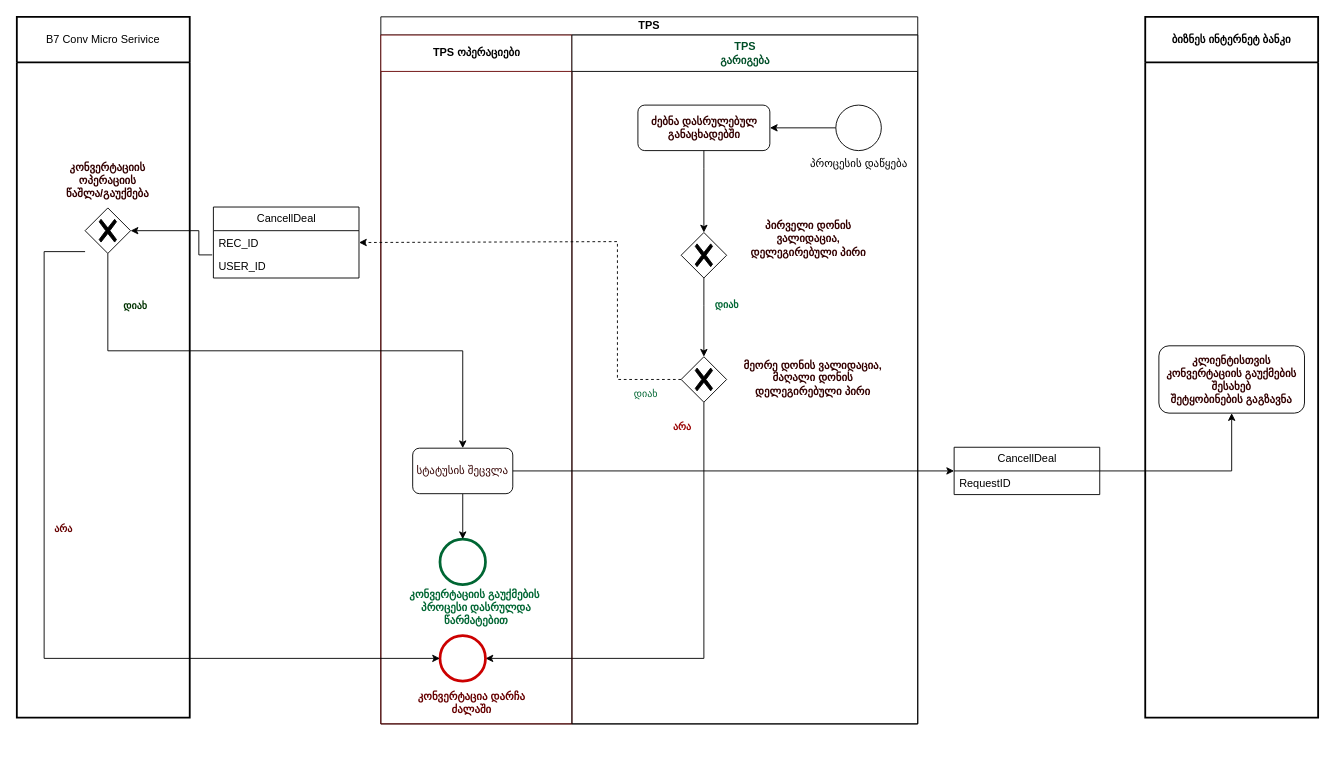
This is page "შეთანხმების გაუქმება B7" (4 of 4) of RateDealProcessDiagramB7.drawio from vaso514d/drawio, a draw.io file, before an edit. Source tidied: cells renumbered, new cells numbered last; positions are measured from the earlier drawing's top-left corner, leaving out a move shared by most shapes. Both pictures are drawn from the tidied source at 91%, with x=0, y=0 at pixel (16, 16).
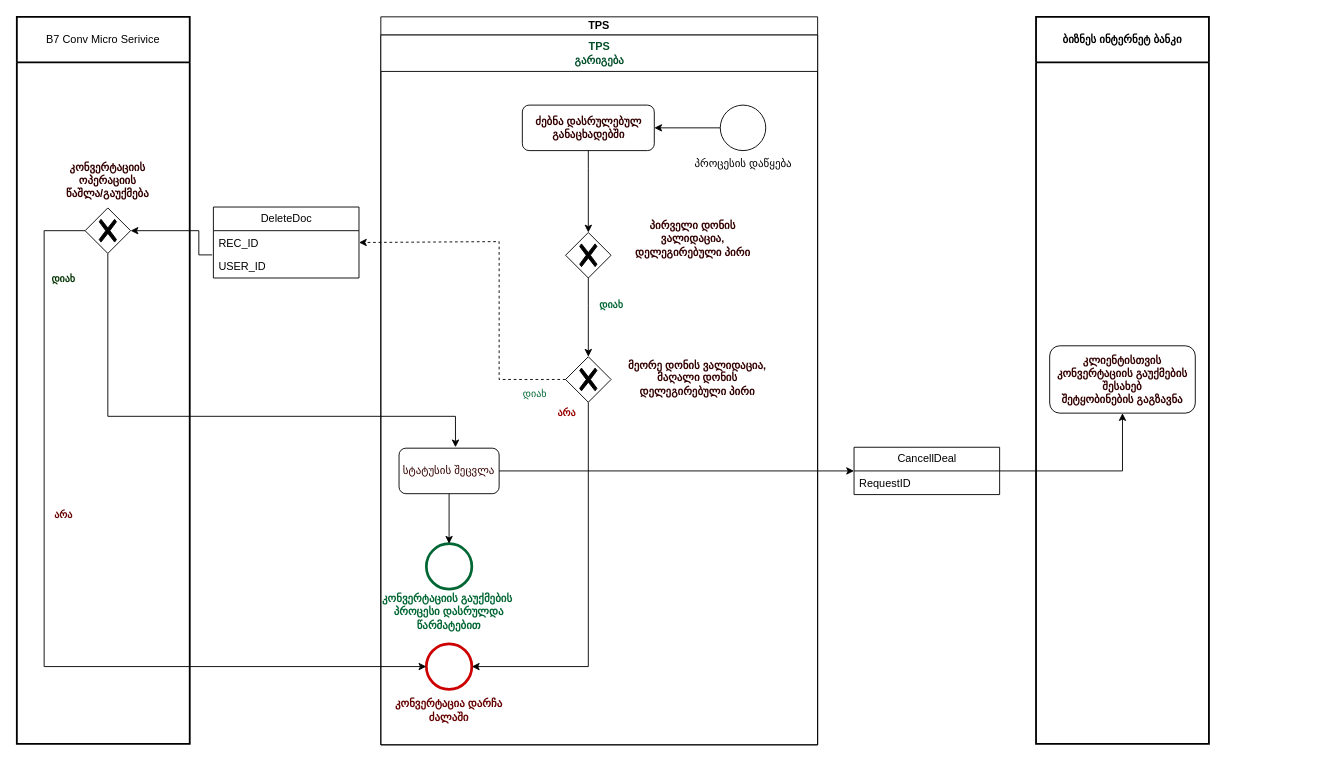
The same page after the edit.

Unchanged cells that the change refers to:
```xml
<mxCell id="3" style="points=[[0.25,0.25,0],[0.5,0,0],[0.75,0.25,0],[1,0.5,0],[0.75,0.75,0],[0.5,1,0],[0.25,0.75,0],[0,0.5,0]];shape=mxgraph.bpmn.gateway2;html=1;verticalLabelPosition=bottom;labelBackgroundColor=#ffffff;verticalAlign=top;align=center;perimeter=rhombusPerimeter;outlineConnect=0;outline=none;symbol=none;gwType=exclusive;" parent="2" vertex="1">
  <mxGeometry x="75" y="210" width="50" height="50" as="geometry" />
</mxCell>
<mxCell id="26" value="REC_ID" style="text;strokeColor=none;fillColor=none;align=left;verticalAlign=top;spacingLeft=4;spacingRight=4;overflow=hidden;points=[[0,0.5],[1,0.5]];portConstraint=eastwest;whiteSpace=wrap;html=1;fontColor=#000000;" parent="25" vertex="1">
  <mxGeometry y="26" width="160" height="26" as="geometry" />
</mxCell>
```

Change to the diagram source:
```diff
@@
     <mxCell id="2" value="B7 Conv Micro Serivice" style="swimlane;html=1;startSize=50;fontStyle=0;horizontal=1;swimlaneLine=1;strokeWidth=2;swimlaneFillColor=#ffffff;whiteSpace=wrap;" parent="1" vertex="1">
-      <mxGeometry width="190" height="770" as="geometry" />
+      <mxGeometry width="190" height="799" as="geometry" />
     </mxCell>
@@
     <mxCell id="5" value="TPS" style="swimlane;html=1;startSize=20;whiteSpace=wrap;" parent="1" vertex="1">
-      <mxGeometry x="400" width="590" height="777" as="geometry" />
+      <mxGeometry x="400" width="480" height="800" as="geometry" />
     </mxCell>
-    <mxCell id="6" style="edgeStyle=orthogonalEdgeStyle;rounded=0;jettySize=auto;html=1;startArrow=none;startFill=0;entryX=1;entryY=0.5;entryDx=0;entryDy=0;entryPerimeter=0;exitX=0.5;exitY=1;exitDx=0;exitDy=0;exitPerimeter=0;" parent="5" edge="1" source="16" target="9">
-      <mxGeometry relative="1" as="geometry">
-        <Array as="points">
-          <mxPoint x="355" y="705" />
-        </Array>
-      </mxGeometry>
-    </mxCell>
-    <mxCell id="7" value="არა" style="edgeLabel;html=1;align=center;verticalAlign=middle;fontColor=#990000;fontStyle=1;" parent="6" vertex="1">
-      <mxGeometry x="-0.7" y="1" relative="1" as="geometry">
-        <mxPoint x="-26" y="-52" as="offset" />
-      </mxGeometry>
-    </mxCell>
-    <mxCell id="8" value="TPS ოპერაციები" style="swimlane;html=1;startSize=40;perimeterSpacing=1;strokeColor=#660000;" parent="5" vertex="1">
-      <mxGeometry y="20" width="210" height="757" as="geometry" />
-    </mxCell>
-    <mxCell id="9" style="points=[[0.145,0.145,0],[0.5,0,0],[0.855,0.145,0],[1,0.5,0],[0.855,0.855,0],[0.5,1,0],[0.145,0.855,0],[0,0.5,0]];shape=mxgraph.bpmn.event;html=1;verticalLabelPosition=bottom;labelBackgroundColor=#ffffff;verticalAlign=top;align=center;perimeter=ellipsePerimeter;outlineConnect=0;outline=end;symbol=terminate2;strokeColor=#CC0000;" parent="8" vertex="1">
-      <mxGeometry x="65" y="660" width="50" height="50" as="geometry" />
-    </mxCell>
-    <mxCell id="10" style="points=[[0.145,0.145,0],[0.5,0,0],[0.855,0.145,0],[1,0.5,0],[0.855,0.855,0],[0.5,1,0],[0.145,0.855,0],[0,0.5,0]];shape=mxgraph.bpmn.event;html=1;verticalLabelPosition=bottom;labelBackgroundColor=#ffffff;verticalAlign=top;align=center;perimeter=ellipsePerimeter;outlineConnect=0;outline=end;symbol=terminate2;fontColor=#000000;strokeColor=#006633;" parent="8" vertex="1">
-      <mxGeometry x="65" y="554" width="50" height="50" as="geometry" />
-    </mxCell>
-    <mxCell id="11" style="edgeStyle=orthogonalEdgeStyle;rounded=0;jettySize=auto;html=1;fontColor=#990000;startArrow=none;startFill=0;" parent="8" edge="1" source="12" target="10">
-      <mxGeometry relative="1" as="geometry" />
-    </mxCell>
-    <mxCell id="12" value="სტატუსის შეცვლა" style="rounded=1;whiteSpace=wrap;html=1;labelBackgroundColor=none;fontColor=#330000;fillStyle=auto;strokeWidth=1;" parent="8" vertex="1">
-      <mxGeometry x="35" y="454" width="110" height="50" as="geometry" />
-    </mxCell>
-    <mxCell id="13" value="კონვერტაციის გაუქმების&amp;nbsp; პროცესი დასრულდა წარმატებით" style="text;html=1;strokeColor=none;fillColor=none;align=center;verticalAlign=middle;whiteSpace=wrap;rounded=0;fontColor=#006633;fontStyle=1;" parent="8" vertex="1">
-      <mxGeometry x="20" y="614" width="170" height="30" as="geometry" />
-    </mxCell>
-    <mxCell id="14" value="კონვერტაცია დარჩა ძალაში" style="text;html=1;strokeColor=none;fillColor=none;align=center;verticalAlign=middle;whiteSpace=wrap;rounded=0;fontColor=#660000;fontStyle=1;" parent="8" vertex="1">
-      <mxGeometry x="30" y="719" width="140" height="30" as="geometry" />
-    </mxCell>
     <mxCell id="15" value="&lt;b style=&quot;border-color: var(--border-color); color: rgb(0, 79, 40);&quot;&gt;TPS&lt;br style=&quot;border-color: var(--border-color);&quot;&gt;გარიგება&lt;/b&gt;" style="swimlane;html=1;startSize=40;" parent="5" vertex="1">
-      <mxGeometry x="210" y="20" width="380" height="757" as="geometry" />
+      <mxGeometry y="20" width="480" height="780" as="geometry" />
     </mxCell>
     <mxCell id="16" style="points=[[0.25,0.25,0],[0.5,0,0],[0.75,0.25,0],[1,0.5,0],[0.75,0.75,0],[0.5,1,0],[0.25,0.75,0],[0,0.5,0]];shape=mxgraph.bpmn.gateway2;html=1;verticalLabelPosition=bottom;labelBackgroundColor=#ffffff;verticalAlign=top;align=center;perimeter=rhombusPerimeter;outlineConnect=0;outline=none;symbol=none;gwType=exclusive;" parent="15" vertex="1">
-      <mxGeometry x="120" y="353.5" width="50" height="50" as="geometry" />
+      <mxGeometry x="203" y="353.5" width="50" height="50" as="geometry" />
     </mxCell>
     <mxCell id="17" value="&lt;b&gt;ძებნა დასრულებულ განაცხადებში&lt;/b&gt;" style="rounded=1;whiteSpace=wrap;html=1;labelBackgroundColor=none;fontColor=#330000;" parent="15" vertex="1">
-      <mxGeometry x="72.5" y="77" width="145" height="50" as="geometry" />
+      <mxGeometry x="155.5" y="77" width="145" height="50" as="geometry" />
     </mxCell>
     <mxCell id="18" value="&lt;font color=&quot;#330000&quot;&gt;მეორე დონის ვალიდაცია, მაღალი დონის&lt;br&gt;დელეგირებული პირი&lt;br&gt;&lt;/font&gt;" style="text;html=1;strokeColor=none;fillColor=none;align=center;verticalAlign=middle;whiteSpace=wrap;rounded=0;fontColor=#CC0000;fontStyle=1;" parent="15" vertex="1">
-      <mxGeometry x="180" y="350.5" width="170" height="53" as="geometry" />
+      <mxGeometry x="263" y="350.5" width="170" height="53" as="geometry" />
     </mxCell>
@@
     <mxCell id="20" value="პროცესის დაწყება" style="points=[[0.145,0.145,0],[0.5,0,0],[0.855,0.145,0],[1,0.5,0],[0.855,0.855,0],[0.5,1,0],[0.145,0.855,0],[0,0.5,0]];shape=mxgraph.bpmn.event;html=1;verticalLabelPosition=bottom;labelBackgroundColor=#ffffff;verticalAlign=top;align=center;perimeter=ellipsePerimeter;outlineConnect=0;outline=standard;symbol=general;" parent="15" vertex="1">
-      <mxGeometry x="290" y="77" width="50" height="50" as="geometry" />
+      <mxGeometry x="373" y="77" width="50" height="50" as="geometry" />
     </mxCell>
     <mxCell id="21" style="edgeStyle=elbowEdgeStyle;fontSize=12;html=1;endFill=0;startFill=1;endSize=6;startSize=6;endArrow=none;startArrow=classic;rounded=0;entryX=0.5;entryY=1;entryDx=0;entryDy=0;exitX=0.5;exitY=0;exitDx=0;exitDy=0;exitPerimeter=0;" parent="15" edge="1" source="23" target="17">
       <mxGeometry relative="1" as="geometry">
         <Array as="points">
-          <mxPoint x="145" y="147" />
-          <mxPoint x="150" y="157" />
-          <mxPoint x="90" y="130" />
-          <mxPoint x="80" y="140" />
-          <mxPoint x="100" y="160" />
-          <mxPoint x="110" y="180" />
-          <mxPoint x="110" y="140" />
-          <mxPoint x="30" y="130" />
-          <mxPoint x="10" y="130" />
-          <mxPoint x="-200" y="93" />
-          <mxPoint x="-200" y="63" />
-          <mxPoint x="-200" y="33" />
-          <mxPoint x="-210" y="3" />
-          <mxPoint x="-170" y="103" />
-          <mxPoint x="-110" y="143" />
-          <mxPoint x="-70" y="673" />
-          <mxPoint x="100" y="663" />
-          <mxPoint x="250" y="653" />
-          <mxPoint x="-340" y="583" />
-          <mxPoint x="-230" y="663" />
-          <mxPoint x="220" y="603" />
+          <mxPoint x="228" y="147" />
+          <mxPoint x="233" y="157" />
+          <mxPoint x="173" y="130" />
+          <mxPoint x="163" y="140" />
+          <mxPoint x="183" y="160" />
+          <mxPoint x="193" y="180" />
+          <mxPoint x="193" y="140" />
+          <mxPoint x="113" y="130" />
+          <mxPoint x="93" y="130" />
+          <mxPoint x="-117" y="93" />
+          <mxPoint x="-117" y="63" />
+          <mxPoint x="-117" y="33" />
+          <mxPoint x="-127" y="3" />
+          <mxPoint x="-87" y="103" />
+          <mxPoint x="-27" y="143" />
+          <mxPoint x="13" y="673" />
+          <mxPoint x="183" y="663" />
+          <mxPoint x="333" y="653" />
+          <mxPoint x="-257" y="583" />
+          <mxPoint x="-147" y="663" />
+          <mxPoint x="303" y="603" />
         </Array>
       </mxGeometry>
     </mxCell>
     <mxCell id="22" value="დიახ" style="edgeStyle=orthogonalEdgeStyle;rounded=0;jettySize=auto;html=1;entryX=0.5;entryY=0;entryDx=0;entryDy=0;entryPerimeter=0;fontStyle=1;fontColor=#006633;" parent="15" edge="1" source="23" target="16">
       <mxGeometry x="-0.3" y="25" relative="1" as="geometry">
         <Array as="points">
-          <mxPoint x="145" y="297" />
-          <mxPoint x="145" y="297" />
+          <mxPoint x="228" y="297" />
+          <mxPoint x="228" y="297" />
         </Array>
         <mxPoint y="-1" as="offset" />
       </mxGeometry>
     </mxCell>
     <mxCell id="23" style="points=[[0.25,0.25,0],[0.5,0,0],[0.75,0.25,0],[1,0.5,0],[0.75,0.75,0],[0.5,1,0],[0.25,0.75,0],[0,0.5,0]];shape=mxgraph.bpmn.gateway2;html=1;verticalLabelPosition=bottom;labelBackgroundColor=#ffffff;verticalAlign=top;align=center;perimeter=rhombusPerimeter;outlineConnect=0;outline=none;symbol=none;gwType=exclusive;" parent="15" vertex="1">
-      <mxGeometry x="120" y="217" width="50" height="50" as="geometry" />
+      <mxGeometry x="203" y="217" width="50" height="50" as="geometry" />
     </mxCell>
     <mxCell id="24" value="&lt;font color=&quot;#330000&quot;&gt;პირველი დონის&lt;br&gt;ვალიდაცია, დელეგირებული პირი&lt;br&gt;&lt;/font&gt;" style="text;html=1;strokeColor=none;fillColor=none;align=center;verticalAlign=middle;whiteSpace=wrap;rounded=0;fontColor=#CC0000;fontStyle=1;" parent="15" vertex="1">
-      <mxGeometry x="180" y="197" width="160" height="53" as="geometry" />
+      <mxGeometry x="263" y="197" width="160" height="53" as="geometry" />
     </mxCell>
+    <mxCell id="12" value="სტატუსის შეცვლა" style="rounded=1;whiteSpace=wrap;html=1;labelBackgroundColor=none;fontColor=#330000;fillStyle=auto;strokeWidth=1;" parent="15" vertex="1">
+      <mxGeometry x="20" y="454" width="110" height="50" as="geometry" />
+    </mxCell>
+    <mxCell id="10" style="points=[[0.145,0.145,0],[0.5,0,0],[0.855,0.145,0],[1,0.5,0],[0.855,0.855,0],[0.5,1,0],[0.145,0.855,0],[0,0.5,0]];shape=mxgraph.bpmn.event;html=1;verticalLabelPosition=bottom;labelBackgroundColor=#ffffff;verticalAlign=top;align=center;perimeter=ellipsePerimeter;outlineConnect=0;outline=end;symbol=terminate2;fontColor=#000000;strokeColor=#006633;" parent="15" vertex="1">
+      <mxGeometry x="50" y="559" width="50" height="50" as="geometry" />
+    </mxCell>
+    <mxCell id="11" style="edgeStyle=orthogonalEdgeStyle;rounded=0;jettySize=auto;html=1;fontColor=#990000;startArrow=none;startFill=0;" parent="15" edge="1" source="12" target="10">
+      <mxGeometry relative="1" as="geometry" />
+    </mxCell>
+    <mxCell id="13" value="კონვერტაციის გაუქმების&amp;nbsp; პროცესი დასრულდა წარმატებით" style="text;html=1;strokeColor=none;fillColor=none;align=center;verticalAlign=middle;whiteSpace=wrap;rounded=0;fontColor=#006633;fontStyle=1;" parent="15" vertex="1">
+      <mxGeometry x="-10" y="619" width="170" height="30" as="geometry" />
+    </mxCell>
+    <mxCell id="9" style="points=[[0.145,0.145,0],[0.5,0,0],[0.855,0.145,0],[1,0.5,0],[0.855,0.855,0],[0.5,1,0],[0.145,0.855,0],[0,0.5,0]];shape=mxgraph.bpmn.event;html=1;verticalLabelPosition=bottom;labelBackgroundColor=#ffffff;verticalAlign=top;align=center;perimeter=ellipsePerimeter;outlineConnect=0;outline=end;symbol=terminate2;strokeColor=#CC0000;" parent="15" vertex="1">
+      <mxGeometry x="50" y="669" width="50" height="50" as="geometry" />
+    </mxCell>
+    <mxCell id="6" style="edgeStyle=orthogonalEdgeStyle;rounded=0;jettySize=auto;html=1;startArrow=none;startFill=0;entryX=1;entryY=0.5;entryDx=0;entryDy=0;entryPerimeter=0;exitX=0.5;exitY=1;exitDx=0;exitDy=0;exitPerimeter=0;" parent="15" edge="1" source="16" target="9">
+      <mxGeometry relative="1" as="geometry">
+        <Array as="points">
+          <mxPoint x="228" y="694" />
+        </Array>
+      </mxGeometry>
+    </mxCell>
+    <mxCell id="7" value="არა" style="edgeLabel;html=1;align=center;verticalAlign=middle;fontColor=#990000;fontStyle=1;" parent="6" vertex="1">
+      <mxGeometry x="-0.7" y="1" relative="1" as="geometry">
+        <mxPoint x="-26" y="-52" as="offset" />
+      </mxGeometry>
+    </mxCell>
+    <mxCell id="14" value="კონვერტაცია დარჩა ძალაში" style="text;html=1;strokeColor=none;fillColor=none;align=center;verticalAlign=middle;whiteSpace=wrap;rounded=0;fontColor=#660000;fontStyle=1;" parent="15" vertex="1">
+      <mxGeometry x="5" y="727" width="140" height="30" as="geometry" />
+    </mxCell>
-    <mxCell id="25" value="CancellDeal" style="swimlane;fontStyle=0;horizontal=1;startSize=26;fillColor=none;html=1;fontColor=#000000;" parent="1" vertex="1">
+    <mxCell id="25" value="DeleteDoc" style="swimlane;fontStyle=0;horizontal=1;startSize=26;fillColor=none;html=1;fontColor=#000000;" parent="1" vertex="1">
       <mxGeometry x="216" y="209" width="160" height="78" as="geometry" />
     </mxCell>
@@
-    <mxCell id="29" style="edgeStyle=orthogonalEdgeStyle;rounded=0;jettySize=auto;html=1;fontColor=#990000;startArrow=none;startFill=0;entryX=0;entryY=0.5;entryDx=0;entryDy=0;entryPerimeter=0;exitX=0;exitY=0.5;exitDx=0;exitDy=0;exitPerimeter=0;" parent="1" edge="1" target="9">
+    <mxCell id="29" style="edgeStyle=orthogonalEdgeStyle;rounded=0;jettySize=auto;html=1;fontColor=#990000;startArrow=none;startFill=0;entryX=0;entryY=0.5;entryDx=0;entryDy=0;entryPerimeter=0;exitX=0;exitY=0.5;exitDx=0;exitDy=0;exitPerimeter=0;" parent="1" edge="1" source="3" target="9">
       <mxGeometry relative="1" as="geometry">
-        <mxPoint x="75" y="258" as="sourcePoint" />
         <Array as="points">
-          <mxPoint x="30" y="258" />
-          <mxPoint x="30" y="705" />
+          <mxPoint x="30" y="235" />
+          <mxPoint x="30" y="714" />
         </Array>
       </mxGeometry>
     </mxCell>
@@
     <mxCell id="31" style="edgeStyle=orthogonalEdgeStyle;rounded=0;jettySize=auto;html=1;fontColor=#006633;dashed=1;exitX=0;exitY=0.5;exitDx=0;exitDy=0;exitPerimeter=0;entryX=1;entryY=0.5;entryDx=0;entryDy=0;" parent="1" edge="1" source="16" target="26">
       <mxGeometry relative="1" as="geometry">
         <Array as="points">
-          <mxPoint x="660" y="399" />
-          <mxPoint x="660" y="247" />
+          <mxPoint x="530" y="399" />
+          <mxPoint x="530" y="247" />
         </Array>
       </mxGeometry>
     </mxCell>
@@
-    <mxCell id="33" style="edgeStyle=orthogonalEdgeStyle;rounded=0;jettySize=auto;html=1;fontColor=#990000;startArrow=none;startFill=0;" parent="1" edge="1" source="3">
+    <mxCell id="33" style="edgeStyle=orthogonalEdgeStyle;rounded=0;jettySize=auto;html=1;fontColor=#990000;startArrow=none;startFill=0;entryX=0.564;entryY=-0.02;entryDx=0;entryDy=0;entryPerimeter=0;" parent="1" edge="1" source="3" target="12">
       <mxGeometry relative="1" as="geometry">
-        <mxPoint x="490" y="474" as="targetPoint" />
         <Array as="points">
-          <mxPoint x="100" y="367" />
-          <mxPoint x="490" y="367" />
-          <mxPoint x="490" y="474" />
+          <mxPoint x="100" y="439" />
+          <mxPoint x="482" y="439" />
         </Array>
       </mxGeometry>
     </mxCell>
     <mxCell id="34" value="დიახ" style="edgeLabel;html=1;align=center;verticalAlign=middle;fontColor=#003300;fontStyle=1;" parent="33" vertex="1">
       <mxGeometry x="-0.28" y="-1" relative="1" as="geometry">
-        <mxPoint x="-81" y="-51" as="offset" />
+        <mxPoint x="-85" y="-153" as="offset" />
       </mxGeometry>
     </mxCell>
     <mxCell id="35" value="&lt;b&gt;ბიზნეს ინტერნეტ ბანკი&lt;/b&gt;" style="swimlane;html=1;startSize=50;fontStyle=0;horizontal=1;swimlaneLine=1;strokeWidth=2;swimlaneFillColor=#ffffff;whiteSpace=wrap;" parent="1" vertex="1">
-      <mxGeometry x="1240" width="190" height="770" as="geometry" />
+      <mxGeometry x="1120" width="190" height="799" as="geometry" />
     </mxCell>
@@
     <mxCell id="38" value="CancellDeal" style="swimlane;fontStyle=0;horizontal=1;startSize=26;fillColor=none;html=1;fontColor=#000000;" parent="1" vertex="1">
-      <mxGeometry x="1030" y="473" width="160" height="52" as="geometry" />
+      <mxGeometry x="920" y="473" width="160" height="52" as="geometry" />
     </mxCell>
```
